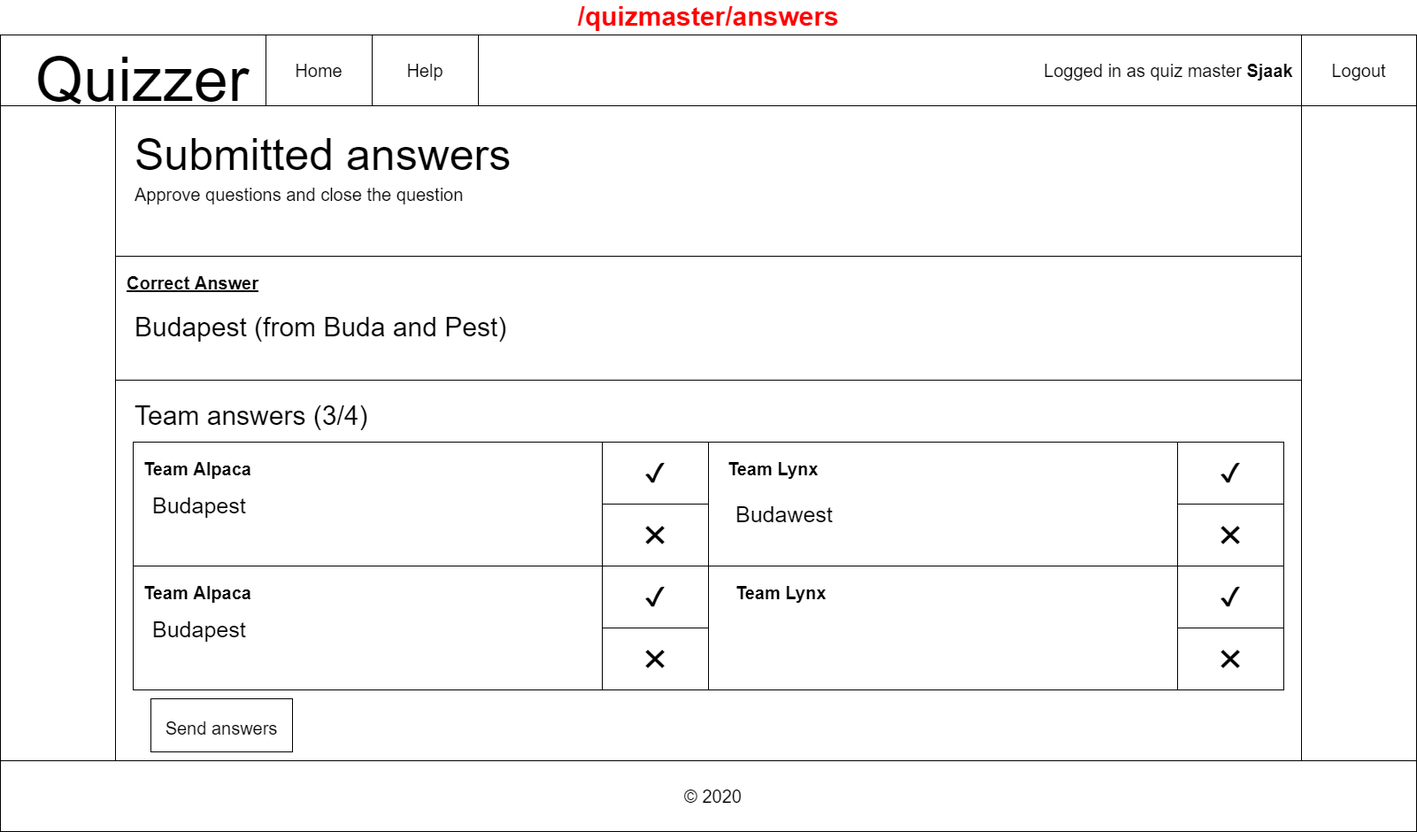
IkBenDeSjaak/Quizzer keeps this draw.io diagram as docs/wireframes/quizmaster-answers.png. Above is the earlier version. Source tidied: cells renumbered, new cells last; positions are measured from the earlier drawing's top-left corner, leaving out a move shared by most shapes.
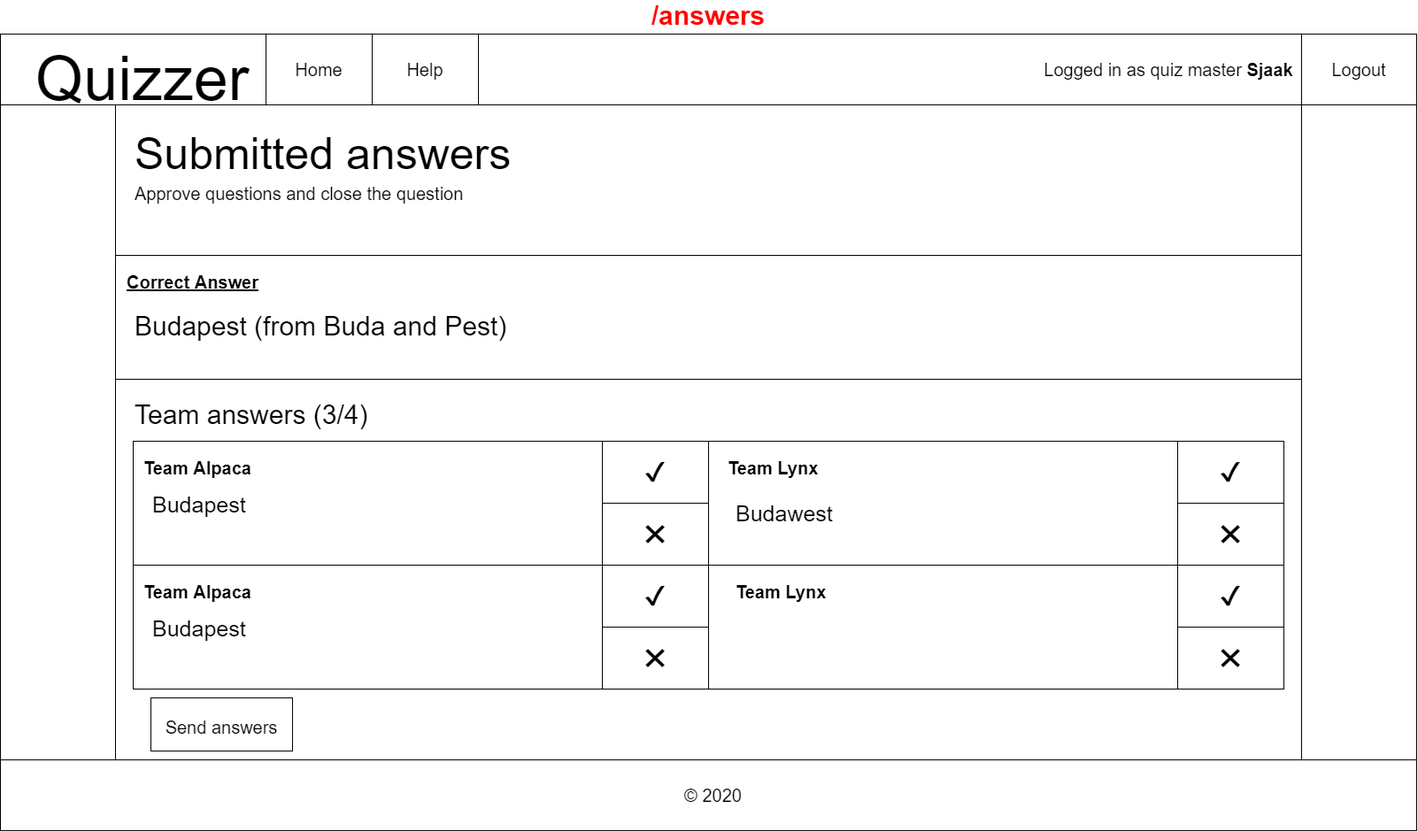
After the commit.

What changed in the source:
```diff
@@ -5,7 +5,7 @@
     <mxCell id="2" style="group;" parent="1" vertex="1">
       <mxGeometry width="1600" height="900" as="geometry" />
     </mxCell>
-    <mxCell id="3" value="&lt;b&gt;&lt;font style=&quot;font-size: 30px&quot; color=&quot;#ff0000&quot;&gt;/quizmaster/answers&lt;br&gt;&lt;/font&gt;&lt;/b&gt;" style="rounded=0;whiteSpace=wrap;html=1;labelPosition=center;verticalLabelPosition=top;align=center;verticalAlign=bottom;" parent="2" vertex="1">
+    <mxCell id="3" value="&lt;b&gt;&lt;font style=&quot;font-size: 30px&quot; color=&quot;#ff0000&quot;&gt;/answers&lt;br&gt;&lt;/font&gt;&lt;/b&gt;" style="rounded=0;whiteSpace=wrap;html=1;labelPosition=center;verticalLabelPosition=top;align=center;verticalAlign=bottom;" parent="2" vertex="1">
       <mxGeometry width="1600" height="900" as="geometry" />
     </mxCell>
     <mxCell id="4" style="rounded=0;whiteSpace=wrap;html=1;" parent="2" vertex="1">
```
